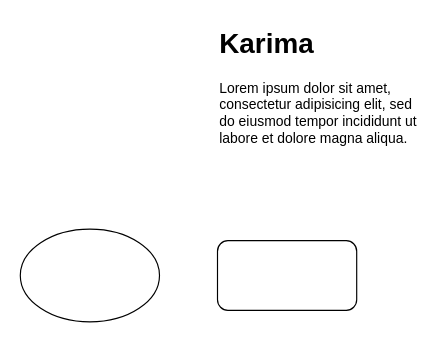
Earlier version of the draw.io diagram BPMN_Diagrams/ePrescription_BPMN.drawio (Nigeria-FHIR-Community/2025Connectathon). Source tidied: cells renumbered, new cells numbered last; positions are measured from the earlier drawing's top-left corner, leaving out a move shared by most shapes. Both pictures are drawn from the tidied source at 116%, with x=0, y=0 at pixel (20, 20).
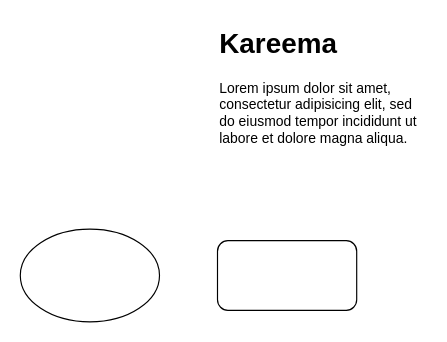
The same page after the edit.

Change to the diagram source:
```diff
@@
 <mxGraphModel>
   <root>
     <mxCell id="0" />
     <mxCell id="1" parent="0" />
-    <mxCell id="2" value="&lt;h1 style=&quot;margin-top: 0px;&quot;&gt;Karima&lt;/h1&gt;&lt;p&gt;Lorem ipsum dolor sit amet, consectetur adipisicing elit, sed do eiusmod tempor incididunt ut labore et dolore magna aliqua.&lt;/p&gt;" style="text;html=1;whiteSpace=wrap;overflow=hidden;rounded=0;" parent="1" vertex="1">
+    <mxCell id="2" value="&lt;h1 style=&quot;margin-top: 0px;&quot;&gt;Kareema&lt;/h1&gt;&lt;p&gt;Lorem ipsum dolor sit amet, consectetur adipisicing elit, sed do eiusmod tempor incididunt ut labore et dolore magna aliqua.&lt;/p&gt;" style="text;html=1;whiteSpace=wrap;overflow=hidden;rounded=0;" parent="1" vertex="1">
       <mxGeometry x="170" width="180" height="120" as="geometry" />
     </mxCell>
     <mxCell id="3" style="rounded=1;whiteSpace=wrap;html=1;" parent="1" vertex="1">
       <mxGeometry x="170" y="190" width="120" height="60" as="geometry" />
     </mxCell>
     <mxCell id="4" style="ellipse;whiteSpace=wrap;html=1;" parent="1" vertex="1">
       <mxGeometry y="180" width="120" height="80" as="geometry" />
     </mxCell>
   </root>
 </mxGraphModel>
```
